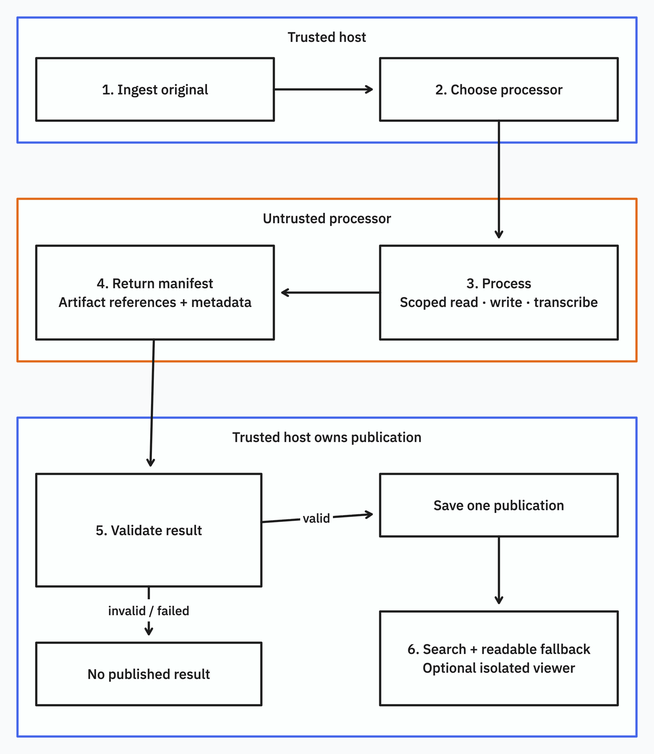
Before: docs/diagrams/core-flow.png, a diagram exported from Mermaid (jmorrell/ubiquitous-carnival). Its source is kept beside it as docs/diagrams/core-flow.mmd.
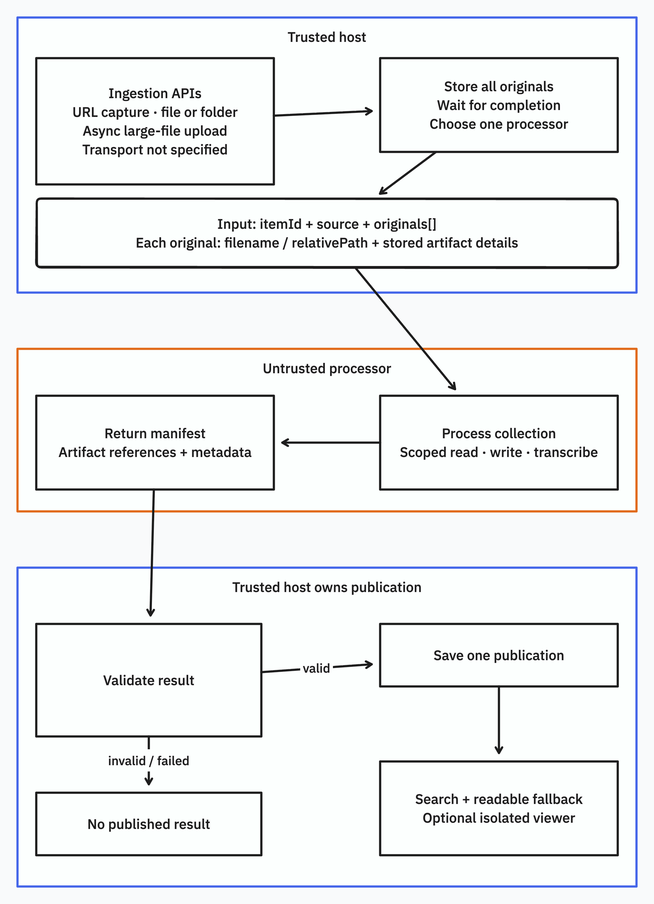
After the commit.

What changed in the source:
```diff
@@ -1,17 +1,18 @@
 flowchart TB
-  subgraph HOST[Trusted host]
-    direction LR
-    A[1. Ingest original] --> B[2. Choose processor]
+  subgraph HOST[Trusted host: ingestion completes before Input]
+    direction TB
+    A[Ingestion APIs<br/>URL capture · file or folder<br/>Async large-file upload<br/>Transport not specified] --> B[Store all originals<br/>Wait for completion<br/>Choose one processor]
+    B --> I[Input: itemId + source + originals array<br/>Each original: filename / relativePath<br/>+ stored artifact details]
   end
   subgraph PLUGIN[Untrusted processor]
     direction LR
-    C[3. Process<br/>Scoped read · write · transcribe] --> D[4. Return manifest<br/>Artifact references + metadata]
+    C[Process collection<br/>Scoped read · write · transcribe] --> D[Return manifest<br/>Artifact references + metadata]
   end
-  B --> C
+  I --> C
   subgraph SAVE[Trusted host owns publication]
     direction LR
-    E{5. Validate result} -->|valid| F[Save one publication]
+    E{Validate result} -->|valid| F[Save one publication]
     E -->|invalid / failed| X[No published result]
   end
   D --> E
-  F --> G[6. Search + readable fallback<br/>Optional isolated viewer]
+  F --> G[Search + readable fallback<br/>Optional isolated viewer]
```
